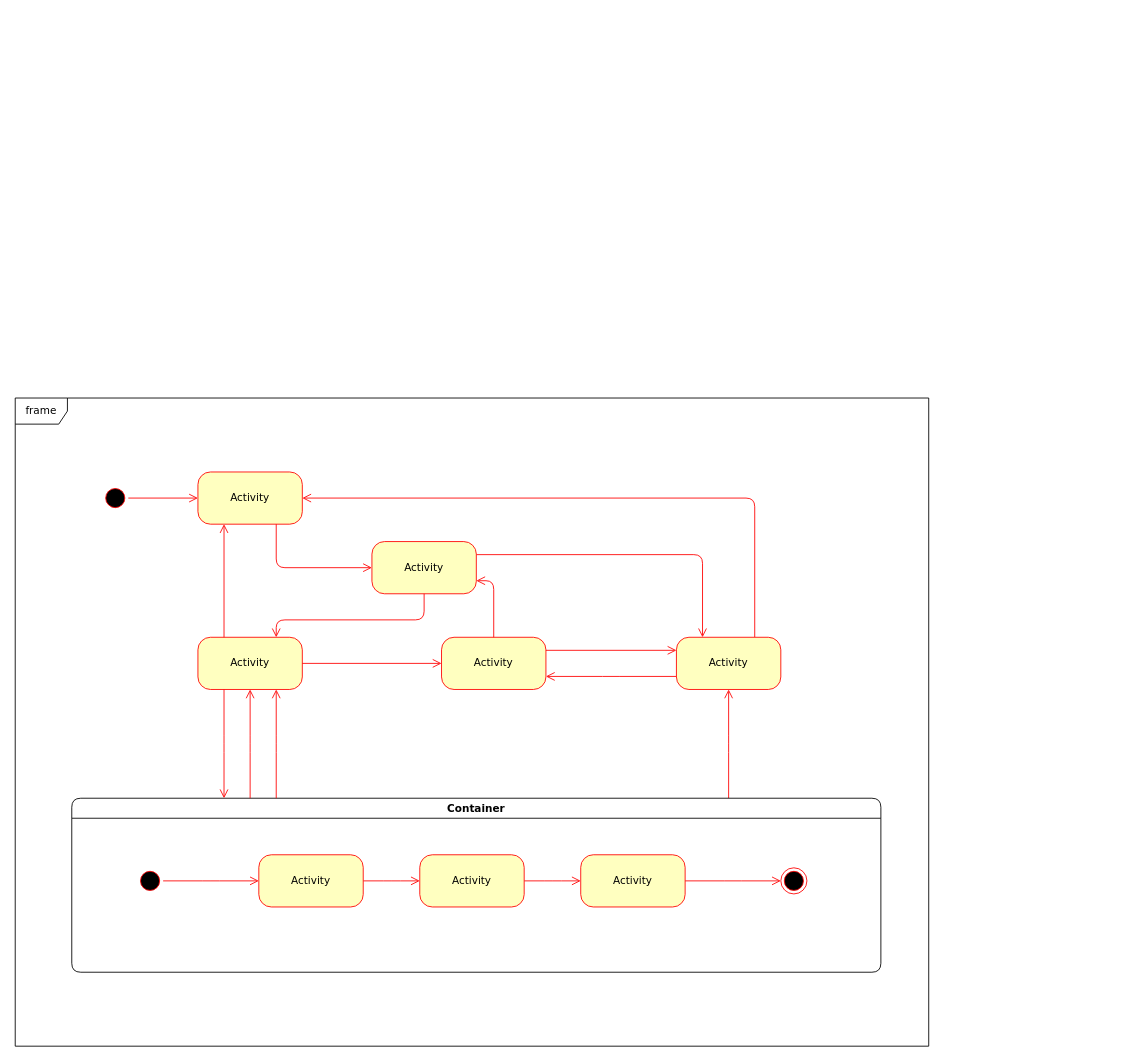
Before: Diagrama sem nome.drawio in JonanMuller/WEGDiagrams, a draw.io diagram. Source tidied: cells renumbered, new cells numbered last; positions are measured from the earlier drawing's top-left corner, leaving out a move shared by most shapes. Both pictures are drawn from the tidied source at 87%, with x=0, y=0 at pixel (15, 398).
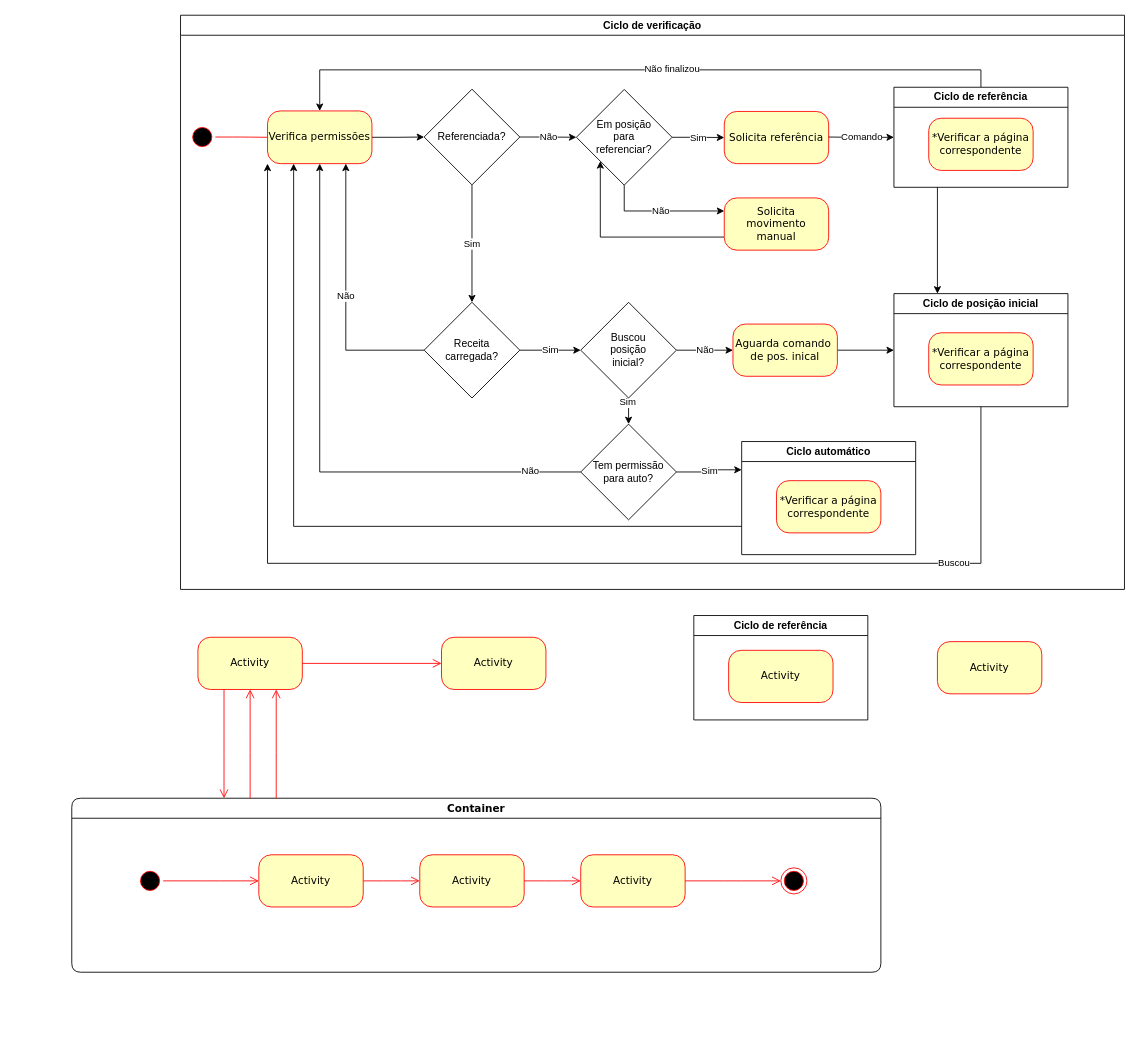
After the change.

Unchanged cells that the change refers to:
```xml
<mxCell id="3" value="Activity" style="rounded=1;whiteSpace=wrap;html=1;arcSize=24;fillColor=#ffffc0;strokeColor=#ff0000;shadow=0;comic=0;labelBackgroundColor=none;fontFamily=Verdana;fontSize=12;fontColor=#000000;align=center;" parent="1" vertex="1">
  <mxGeometry x="210" y="275" width="120" height="60" as="geometry" />
</mxCell>
<mxCell id="10" value="Activity" style="rounded=1;whiteSpace=wrap;html=1;arcSize=24;fillColor=#ffffc0;strokeColor=#ff0000;shadow=0;comic=0;labelBackgroundColor=none;fontFamily=Verdana;fontSize=12;fontColor=#000000;align=center;" parent="1" vertex="1">
  <mxGeometry x="490" y="275" width="120" height="60" as="geometry" />
</mxCell>
<mxCell id="12" value="Container" style="swimlane;whiteSpace=wrap;html=1;rounded=1;shadow=0;comic=0;labelBackgroundColor=none;strokeWidth=1;fontFamily=Verdana;fontSize=12;align=center;" parent="1" vertex="1">
  <mxGeometry x="65" y="460" width="930" height="200" as="geometry" />
</mxCell>
```

Change to the diagram source:
```diff
@@
-    <mxCell id="2" style="ellipse;html=1;shape=startState;fillColor=#000000;strokeColor=#ff0000;rounded=1;shadow=0;comic=0;labelBackgroundColor=none;fontFamily=Verdana;fontSize=12;fontColor=#000000;align=center;direction=south;" parent="1" vertex="1">
-      <mxGeometry x="100" y="100" width="30" height="30" as="geometry" />
-    </mxCell>
@@
-    <mxCell id="4" value="Activity" style="rounded=1;whiteSpace=wrap;html=1;arcSize=24;fillColor=#ffffc0;strokeColor=#ff0000;shadow=0;comic=0;labelBackgroundColor=none;fontFamily=Verdana;fontSize=12;fontColor=#000000;align=center;" parent="1" vertex="1">
-      <mxGeometry x="210" y="85" width="120" height="60" as="geometry" />
-    </mxCell>
-    <mxCell id="5" style="edgeStyle=orthogonalEdgeStyle;html=1;exitX=1;exitY=0.25;entryX=0.25;entryY=0;labelBackgroundColor=none;endArrow=open;endSize=8;strokeColor=#ff0000;fontFamily=Verdana;fontSize=12;align=left;" parent="1" edge="1" source="6" target="9">
-      <mxGeometry relative="1" as="geometry" />
-    </mxCell>
-    <mxCell id="6" value="Activity" style="rounded=1;whiteSpace=wrap;html=1;arcSize=24;fillColor=#ffffc0;strokeColor=#ff0000;shadow=0;comic=0;labelBackgroundColor=none;fontFamily=Verdana;fontSize=12;fontColor=#000000;align=center;" parent="1" vertex="1">
-      <mxGeometry x="410" y="165" width="120" height="60" as="geometry" />
-    </mxCell>
-    <mxCell id="7" style="edgeStyle=orthogonalEdgeStyle;html=1;exitX=0.75;exitY=0;entryX=1;entryY=0.5;labelBackgroundColor=none;endArrow=open;endSize=8;strokeColor=#ff0000;fontFamily=Verdana;fontSize=12;align=left;" parent="1" edge="1" source="9" target="4">
-      <mxGeometry relative="1" as="geometry">
-        <Array as="points">
-          <mxPoint x="850" y="115" />
-        </Array>
-      </mxGeometry>
-    </mxCell>
-    <mxCell id="8" style="edgeStyle=elbowEdgeStyle;html=1;exitX=0;exitY=0.75;entryX=1;entryY=0.75;labelBackgroundColor=none;endArrow=open;endSize=8;strokeColor=#ff0000;fontFamily=Verdana;fontSize=12;align=left;" parent="1" edge="1" source="9" target="10">
-      <mxGeometry relative="1" as="geometry" />
-    </mxCell>
-    <mxCell id="9" value="Activity" style="rounded=1;whiteSpace=wrap;html=1;arcSize=24;fillColor=#ffffc0;strokeColor=#ff0000;shadow=0;comic=0;labelBackgroundColor=none;fontFamily=Verdana;fontSize=12;fontColor=#000000;align=center;" parent="1" vertex="1">
-      <mxGeometry x="760" y="275" width="120" height="60" as="geometry" />
-    </mxCell>
@@
-    <mxCell id="11" style="edgeStyle=elbowEdgeStyle;html=1;labelBackgroundColor=none;endArrow=open;endSize=8;strokeColor=#ff0000;fontFamily=Verdana;fontSize=12;align=left;" parent="1" edge="1" source="12" target="9">
-      <mxGeometry relative="1" as="geometry" />
-    </mxCell>
@@
-    <mxCell id="22" value="frame" style="shape=umlFrame;whiteSpace=wrap;html=1;rounded=1;shadow=0;comic=0;labelBackgroundColor=none;strokeWidth=1;fontFamily=Verdana;fontSize=12;align=center;" parent="1" vertex="1">
-      <mxGeometry width="1050" height="745" as="geometry" />
-    </mxCell>
-    <mxCell id="23" style="edgeStyle=orthogonalEdgeStyle;html=1;labelBackgroundColor=none;endArrow=open;endSize=8;strokeColor=#ff0000;fontFamily=Verdana;fontSize=12;align=left;" parent="1" edge="1" source="2" target="4">
-      <mxGeometry relative="1" as="geometry" />
-    </mxCell>
-    <mxCell id="24" style="edgeStyle=orthogonalEdgeStyle;html=1;labelBackgroundColor=none;endArrow=open;endSize=8;strokeColor=#ff0000;fontFamily=Verdana;fontSize=12;align=left;entryX=0;entryY=0.5;" parent="1" edge="1" source="4" target="6">
-      <mxGeometry relative="1" as="geometry">
-        <Array as="points">
-          <mxPoint x="300" y="195" />
-        </Array>
-      </mxGeometry>
-    </mxCell>
-    <mxCell id="25" style="edgeStyle=orthogonalEdgeStyle;html=1;entryX=0.75;entryY=0;labelBackgroundColor=none;endArrow=open;endSize=8;strokeColor=#ff0000;fontFamily=Verdana;fontSize=12;align=left;exitX=0.5;exitY=1;" parent="1" edge="1" source="6" target="3">
-      <mxGeometry relative="1" as="geometry">
-        <Array as="points">
-          <mxPoint x="470" y="255" />
-          <mxPoint x="300" y="255" />
-        </Array>
-      </mxGeometry>
-    </mxCell>
-    <mxCell id="26" style="edgeStyle=orthogonalEdgeStyle;html=1;exitX=0.25;exitY=0;entryX=0.25;entryY=1;labelBackgroundColor=none;endArrow=open;endSize=8;strokeColor=#ff0000;fontFamily=Verdana;fontSize=12;align=left;" parent="1" edge="1" source="3" target="4">
-      <mxGeometry relative="1" as="geometry" />
-    </mxCell>
@@
-    <mxCell id="28" style="edgeStyle=orthogonalEdgeStyle;html=1;exitX=0.5;exitY=0;entryX=1;entryY=0.75;labelBackgroundColor=none;endArrow=open;endSize=8;strokeColor=#ff0000;fontFamily=Verdana;fontSize=12;align=left;" parent="1" edge="1" source="10" target="6">
-      <mxGeometry relative="1" as="geometry" />
-    </mxCell>
-    <mxCell id="29" style="edgeStyle=orthogonalEdgeStyle;html=1;exitX=1;exitY=0.25;entryX=0;entryY=0.25;labelBackgroundColor=none;endArrow=open;endSize=8;strokeColor=#ff0000;fontFamily=Verdana;fontSize=12;align=left;" parent="1" edge="1" source="10" target="9">
-      <mxGeometry relative="1" as="geometry" />
-    </mxCell>
@@
+    <mxCell id="33" value="Ciclo de referência" style="swimlane;whiteSpace=wrap;html=1;" parent="1" vertex="1">
+      <mxGeometry x="780" y="250" width="200" height="120" as="geometry" />
+    </mxCell>
+    <mxCell id="9" value="Activity" style="rounded=1;whiteSpace=wrap;html=1;arcSize=24;fillColor=#ffffc0;strokeColor=#ff0000;shadow=0;comic=0;labelBackgroundColor=none;fontFamily=Verdana;fontSize=12;fontColor=#000000;align=center;" parent="33" vertex="1">
+      <mxGeometry x="40" y="40" width="120" height="60" as="geometry" />
+    </mxCell>
+    <mxCell id="6" value="Activity" style="rounded=1;whiteSpace=wrap;html=1;arcSize=24;fillColor=#ffffc0;strokeColor=#ff0000;shadow=0;comic=0;labelBackgroundColor=none;fontFamily=Verdana;fontSize=12;fontColor=#000000;align=center;" parent="1" vertex="1">
+      <mxGeometry x="1060" y="280" width="120" height="60" as="geometry" />
+    </mxCell>
+    <mxCell id="34" value="Ciclo de verificação" style="swimlane;whiteSpace=wrap;html=1;" parent="1" vertex="1">
+      <mxGeometry x="190" y="-440" width="1085" height="660" as="geometry" />
+    </mxCell>
+    <mxCell id="2" style="ellipse;html=1;shape=startState;fillColor=#000000;strokeColor=#ff0000;rounded=1;shadow=0;comic=0;labelBackgroundColor=none;fontFamily=Verdana;fontSize=12;fontColor=#000000;align=center;direction=south;" parent="34" vertex="1">
+      <mxGeometry x="10" y="125" width="30" height="30" as="geometry" />
+    </mxCell>
+    <mxCell id="4" value="Solicita referência" style="rounded=1;whiteSpace=wrap;html=1;arcSize=24;fillColor=#ffffc0;strokeColor=#ff0000;shadow=0;comic=0;labelBackgroundColor=none;fontFamily=Verdana;fontSize=12;fontColor=#000000;align=center;" parent="34" vertex="1">
+      <mxGeometry x="625" y="110.6" width="120" height="60" as="geometry" />
+    </mxCell>
+    <mxCell id="35" style="edgeStyle=orthogonalEdgeStyle;html=1;labelBackgroundColor=none;endArrow=none;endSize=8;strokeColor=#ff0000;fontFamily=Verdana;fontSize=12;align=left;" parent="34" edge="1" source="2" target="37">
+      <mxGeometry relative="1" as="geometry" />
+    </mxCell>
+    <mxCell id="36" style="edgeStyle=orthogonalEdgeStyle;rounded=0;jettySize=auto;html=1;" parent="34" edge="1" source="37" target="40">
+      <mxGeometry relative="1" as="geometry" />
+    </mxCell>
+    <mxCell id="37" value="Verifica permissões" style="rounded=1;whiteSpace=wrap;html=1;arcSize=24;fillColor=#ffffc0;strokeColor=#ff0000;shadow=0;comic=0;labelBackgroundColor=none;fontFamily=Verdana;fontSize=12;fontColor=#000000;align=center;" parent="34" vertex="1">
+      <mxGeometry x="100" y="110" width="120" height="60.6" as="geometry" />
+    </mxCell>
+    <mxCell id="38" value="Sim" style="edgeStyle=orthogonalEdgeStyle;rounded=0;jettySize=auto;html=1;entryX=0.5;entryY=0;entryDx=0;entryDy=0;" parent="34" edge="1" source="40" target="43">
+      <mxGeometry relative="1" as="geometry" />
+    </mxCell>
+    <mxCell id="39" value="Não" style="edgeStyle=orthogonalEdgeStyle;rounded=0;jettySize=auto;html=1;" parent="34" edge="1" source="40" target="62">
+      <mxGeometry relative="1" as="geometry" />
+    </mxCell>
+    <mxCell id="40" value="Referenciada?" style="rhombus;whiteSpace=wrap;html=1;" parent="34" vertex="1">
+      <mxGeometry x="280" y="85" width="110" height="110" as="geometry" />
+    </mxCell>
+    <mxCell id="41" value="Não" style="edgeStyle=orthogonalEdgeStyle;rounded=0;jettySize=auto;html=1;entryX=0.75;entryY=1;entryDx=0;entryDy=0;" parent="34" edge="1" source="43" target="37">
+      <mxGeometry relative="1" as="geometry" />
+    </mxCell>
+    <mxCell id="42" value="Sim" style="edgeStyle=orthogonalEdgeStyle;rounded=0;jettySize=auto;html=1;" parent="34" edge="1" source="43">
+      <mxGeometry relative="1" as="geometry">
+        <mxPoint x="460" y="385" as="targetPoint" />
+      </mxGeometry>
+    </mxCell>
+    <mxCell id="43" value="Receita&lt;br&gt;carregada?" style="rhombus;whiteSpace=wrap;html=1;" parent="34" vertex="1">
+      <mxGeometry x="280" y="330" width="110" height="110" as="geometry" />
+    </mxCell>
+    <mxCell id="44" style="edgeStyle=orthogonalEdgeStyle;rounded=0;jettySize=auto;html=1;exitX=0.5;exitY=0;exitDx=0;exitDy=0;entryX=0.5;entryY=0;entryDx=0;entryDy=0;" parent="34" edge="1" source="47" target="37">
+      <mxGeometry relative="1" as="geometry" />
+    </mxCell>
+    <mxCell id="45" value="Não finalizou" style="edgeLabel;html=1;align=center;verticalAlign=middle;" parent="44" vertex="1">
+      <mxGeometry x="-0.09" y="-1" relative="1" as="geometry" />
+    </mxCell>
+    <mxCell id="46" style="edgeStyle=orthogonalEdgeStyle;rounded=0;jettySize=auto;html=1;exitX=0.25;exitY=1;exitDx=0;exitDy=0;entryX=0.25;entryY=0;entryDx=0;entryDy=0;" parent="34" edge="1" source="47" target="57">
+      <mxGeometry relative="1" as="geometry" />
+    </mxCell>
+    <mxCell id="47" value="Ciclo de referência" style="swimlane;whiteSpace=wrap;html=1;" parent="34" vertex="1">
+      <mxGeometry x="820" y="82.8" width="200" height="115" as="geometry" />
+    </mxCell>
+    <mxCell id="48" value="*Verificar a página correspondente" style="rounded=1;whiteSpace=wrap;html=1;arcSize=24;fillColor=#ffffc0;strokeColor=#ff0000;shadow=0;comic=0;labelBackgroundColor=none;fontFamily=Verdana;fontSize=12;fontColor=#000000;align=center;" parent="47" vertex="1">
+      <mxGeometry x="40" y="35.6" width="120" height="60" as="geometry" />
+    </mxCell>
+    <mxCell id="49" style="edgeStyle=orthogonalEdgeStyle;rounded=0;jettySize=auto;html=1;exitX=0.5;exitY=1;exitDx=0;exitDy=0;entryX=0.5;entryY=0;entryDx=0;entryDy=0;" parent="34" edge="1" source="52" target="68">
+      <mxGeometry relative="1" as="geometry" />
+    </mxCell>
+    <mxCell id="50" value="Sim" style="edgeLabel;html=1;align=center;verticalAlign=middle;" parent="49" vertex="1">
+      <mxGeometry x="-0.71" y="-2" relative="1" as="geometry" />
+    </mxCell>
+    <mxCell id="51" value="Não" style="edgeStyle=orthogonalEdgeStyle;rounded=0;jettySize=auto;html=1;" parent="34" edge="1" source="52" target="54">
+      <mxGeometry relative="1" as="geometry" />
+    </mxCell>
+    <mxCell id="52" value="Buscou &lt;br&gt;posição&lt;br&gt;inicial?" style="rhombus;whiteSpace=wrap;html=1;" parent="34" vertex="1">
+      <mxGeometry x="460" y="330" width="110" height="110" as="geometry" />
+    </mxCell>
+    <mxCell id="53" style="edgeStyle=orthogonalEdgeStyle;rounded=0;jettySize=auto;html=1;exitX=1;exitY=0.5;exitDx=0;exitDy=0;entryX=0;entryY=0.5;entryDx=0;entryDy=0;" parent="34" edge="1" source="54" target="57">
+      <mxGeometry relative="1" as="geometry" />
+    </mxCell>
+    <mxCell id="54" value="Aguarda comando&amp;nbsp;&lt;br&gt;de pos. inical" style="rounded=1;whiteSpace=wrap;html=1;arcSize=24;fillColor=#ffffc0;strokeColor=#ff0000;shadow=0;comic=0;labelBackgroundColor=none;fontFamily=Verdana;fontSize=12;fontColor=#000000;align=center;" parent="34" vertex="1">
+      <mxGeometry x="635" y="355" width="120" height="60" as="geometry" />
+    </mxCell>
+    <mxCell id="55" style="edgeStyle=orthogonalEdgeStyle;rounded=0;jettySize=auto;html=1;exitX=0.5;exitY=1;exitDx=0;exitDy=0;entryX=0;entryY=1;entryDx=0;entryDy=0;" parent="34" edge="1" source="57" target="37">
+      <mxGeometry relative="1" as="geometry">
+        <Array as="points">
+          <mxPoint x="920" y="630" />
+          <mxPoint x="100" y="630" />
+        </Array>
+      </mxGeometry>
+    </mxCell>
+    <mxCell id="56" value="Buscou" style="edgeLabel;html=1;align=center;verticalAlign=middle;" parent="55" vertex="1">
+      <mxGeometry x="-0.71" y="-1" relative="1" as="geometry" />
+    </mxCell>
+    <mxCell id="57" value="Ciclo de posição inicial" style="swimlane;whiteSpace=wrap;html=1;" parent="34" vertex="1">
+      <mxGeometry x="820" y="320" width="200" height="130" as="geometry" />
+    </mxCell>
+    <mxCell id="58" value="*Verificar a página correspondente" style="rounded=1;whiteSpace=wrap;html=1;arcSize=24;fillColor=#ffffc0;strokeColor=#ff0000;shadow=0;comic=0;labelBackgroundColor=none;fontFamily=Verdana;fontSize=12;fontColor=#000000;align=center;" parent="57" vertex="1">
+      <mxGeometry x="40" y="45" width="120" height="60" as="geometry" />
+    </mxCell>
+    <mxCell id="59" value="Comando" style="edgeStyle=orthogonalEdgeStyle;rounded=0;jettySize=auto;html=1;entryX=0;entryY=0.5;entryDx=0;entryDy=0;" parent="34" edge="1" target="47">
+      <mxGeometry relative="1" as="geometry">
+        <mxPoint x="745" y="140" as="sourcePoint" />
+      </mxGeometry>
+    </mxCell>
+    <mxCell id="60" value="Sim" style="edgeStyle=orthogonalEdgeStyle;rounded=0;jettySize=auto;html=1;" parent="34" edge="1" source="62" target="4">
+      <mxGeometry relative="1" as="geometry" />
+    </mxCell>
+    <mxCell id="61" value="Não" style="edgeStyle=orthogonalEdgeStyle;rounded=0;jettySize=auto;html=1;exitX=0.5;exitY=1;exitDx=0;exitDy=0;entryX=0;entryY=0.25;entryDx=0;entryDy=0;" parent="34" edge="1" source="62" target="64">
+      <mxGeometry relative="1" as="geometry" />
+    </mxCell>
+    <mxCell id="62" value="Em posição&lt;br&gt;para&lt;br&gt;referenciar?" style="rhombus;whiteSpace=wrap;html=1;" parent="34" vertex="1">
+      <mxGeometry x="455" y="85.3" width="110" height="110" as="geometry" />
+    </mxCell>
+    <mxCell id="63" style="edgeStyle=orthogonalEdgeStyle;rounded=0;jettySize=auto;html=1;exitX=0;exitY=0.75;exitDx=0;exitDy=0;entryX=0;entryY=1;entryDx=0;entryDy=0;" parent="34" edge="1" source="64" target="62">
+      <mxGeometry relative="1" as="geometry" />
+    </mxCell>
+    <mxCell id="64" value="Solicita&lt;br&gt;movimento&lt;br&gt;manual" style="rounded=1;whiteSpace=wrap;html=1;arcSize=24;fillColor=#ffffc0;strokeColor=#ff0000;shadow=0;comic=0;labelBackgroundColor=none;fontFamily=Verdana;fontSize=12;fontColor=#000000;align=center;" parent="34" vertex="1">
+      <mxGeometry x="625" y="210" width="120" height="60" as="geometry" />
+    </mxCell>
+    <mxCell id="65" style="edgeStyle=orthogonalEdgeStyle;rounded=0;jettySize=auto;html=1;exitX=0;exitY=0.5;exitDx=0;exitDy=0;entryX=0.5;entryY=1;entryDx=0;entryDy=0;" parent="34" edge="1" source="68" target="37">
+      <mxGeometry relative="1" as="geometry" />
+    </mxCell>
+    <mxCell id="66" value="Não" style="edgeLabel;html=1;align=center;verticalAlign=middle;" parent="65" vertex="1">
+      <mxGeometry x="-0.82" y="-2" relative="1" as="geometry" />
+    </mxCell>
+    <mxCell id="67" value="Sim" style="edgeStyle=orthogonalEdgeStyle;rounded=0;jettySize=auto;html=1;exitX=1;exitY=0.5;exitDx=0;exitDy=0;entryX=0;entryY=0.25;entryDx=0;entryDy=0;" parent="34" edge="1" source="68" target="70">
+      <mxGeometry relative="1" as="geometry" />
+    </mxCell>
+    <mxCell id="68" value="Tem permissão&lt;br&gt;para auto?" style="rhombus;whiteSpace=wrap;html=1;" parent="34" vertex="1">
+      <mxGeometry x="460" y="470" width="110" height="110" as="geometry" />
+    </mxCell>
+    <mxCell id="69" style="edgeStyle=orthogonalEdgeStyle;rounded=0;jettySize=auto;html=1;exitX=0;exitY=0.75;exitDx=0;exitDy=0;entryX=0.25;entryY=1;entryDx=0;entryDy=0;" parent="34" edge="1" source="70" target="37">
+      <mxGeometry relative="1" as="geometry" />
+    </mxCell>
+    <mxCell id="70" value="Ciclo automático" style="swimlane;whiteSpace=wrap;html=1;" parent="34" vertex="1">
+      <mxGeometry x="645" y="490" width="200" height="130" as="geometry" />
+    </mxCell>
+    <mxCell id="71" value="*Verificar a página correspondente" style="rounded=1;whiteSpace=wrap;html=1;arcSize=24;fillColor=#ffffc0;strokeColor=#ff0000;shadow=0;comic=0;labelBackgroundColor=none;fontFamily=Verdana;fontSize=12;fontColor=#000000;align=center;" parent="70" vertex="1">
+      <mxGeometry x="40" y="45" width="120" height="60" as="geometry" />
+    </mxCell>
```
